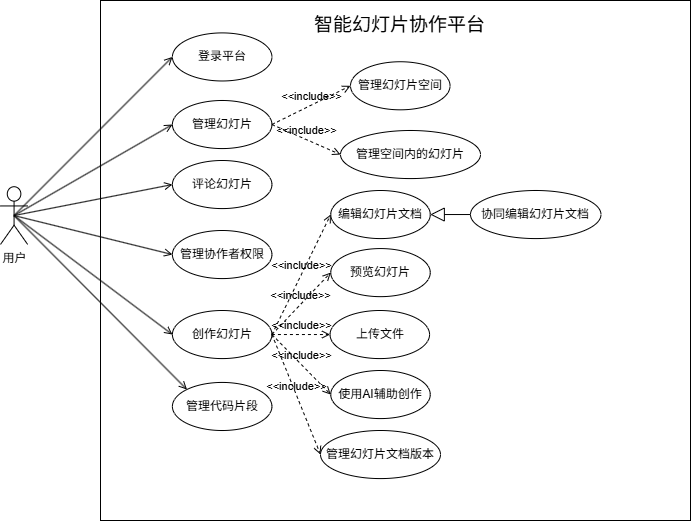
Before: figures/drawio/用户模块功能需求用例图-v3.drawio.png, a diagram exported from draw.io (agiantii/appt-thesis). Source tidied: cells renumbered, new cells last; positions are measured from the earlier drawing's top-left corner, leaving out a move shared by most shapes. Source of this version:
```xml
<mxGraphModel>
  <root>
    <mxCell id="0" />
    <mxCell id="1" parent="0" />
    <mxCell id="2" style="rounded=0;whiteSpace=wrap;html=1;" parent="1" vertex="1">
      <mxGeometry x="100" width="590" height="520" as="geometry" />
    </mxCell>
    <mxCell id="3" value="管理代码片段" style="ellipse;whiteSpace=wrap;html=1;" parent="1" vertex="1">
      <mxGeometry x="171.9" y="381.9" width="99.5" height="48.1" as="geometry" />
    </mxCell>
    <mxCell id="4" style="edgeStyle=none;html=1;endArrow=open;verticalAlign=bottom;rounded=0;endFill=0;entryX=0;entryY=0;entryDx=0;entryDy=0;exitX=0.5;exitY=0.5;exitDx=0;exitDy=0;exitPerimeter=0;" parent="1" edge="1" source="5" target="3">
      <mxGeometry relative="1" as="geometry" />
    </mxCell>
    <mxCell id="5" value="用户" style="shape=umlActor;html=1;verticalLabelPosition=bottom;verticalAlign=top;align=center;" parent="1" vertex="1">
      <mxGeometry y="186.2" width="27.1" height="57.7" as="geometry" />
    </mxCell>
    <mxCell id="6" value="登录平台" style="ellipse;whiteSpace=wrap;html=1;" parent="1" vertex="1">
      <mxGeometry x="171.9" y="32.4" width="99.5" height="48.1" as="geometry" />
    </mxCell>
    <mxCell id="7" style="edgeStyle=none;html=1;endArrow=open;verticalAlign=bottom;rounded=0;exitX=0.5;exitY=0.5;exitDx=0;exitDy=0;exitPerimeter=0;entryX=0;entryY=0.5;entryDx=0;entryDy=0;endFill=0;" parent="1" edge="1" source="5" target="6">
      <mxGeometry relative="1" as="geometry" />
    </mxCell>
    <mxCell id="8" style="edgeStyle=none;html=1;endArrow=open;verticalAlign=bottom;rounded=0;exitX=0.5;exitY=0.5;exitDx=0;exitDy=0;exitPerimeter=0;endFill=0;entryX=0;entryY=0.5;entryDx=0;entryDy=0;" parent="1" edge="1" source="5" target="9">
      <mxGeometry relative="1" as="geometry" />
    </mxCell>
    <mxCell id="9" value="管理幻灯片" style="ellipse;whiteSpace=wrap;html=1;" parent="1" vertex="1">
      <mxGeometry x="171.9" y="100" width="99.5" height="48.1" as="geometry" />
    </mxCell>
    <mxCell id="10" value="创作幻灯片" style="ellipse;whiteSpace=wrap;html=1;" parent="1" vertex="1">
      <mxGeometry x="171.9" y="310" width="99.5" height="48.1" as="geometry" />
    </mxCell>
    <mxCell id="11" style="edgeStyle=none;html=1;endArrow=open;verticalAlign=bottom;rounded=0;exitX=0.5;exitY=0.5;exitDx=0;exitDy=0;exitPerimeter=0;endFill=0;entryX=0;entryY=0.5;entryDx=0;entryDy=0;" parent="1" edge="1" source="5" target="10">
      <mxGeometry relative="1" as="geometry" />
    </mxCell>
    <mxCell id="12" style="edgeStyle=none;html=1;endArrow=open;verticalAlign=bottom;rounded=0;endFill=0;entryX=0;entryY=0.5;entryDx=0;entryDy=0;exitX=0.5;exitY=0.5;exitDx=0;exitDy=0;exitPerimeter=0;" parent="1" edge="1" source="5" target="13">
      <mxGeometry relative="1" as="geometry" />
    </mxCell>
    <mxCell id="13" value="评论幻灯片" style="ellipse;whiteSpace=wrap;html=1;" parent="1" vertex="1">
      <mxGeometry x="171.9" y="160" width="99.5" height="48.1" as="geometry" />
    </mxCell>
    <mxCell id="14" value="&amp;lt;&amp;lt;include&amp;gt;&amp;gt;" style="edgeStyle=none;html=1;endArrow=open;verticalAlign=bottom;dashed=1;labelBackgroundColor=none;exitX=1;exitY=0.5;exitDx=0;exitDy=0;entryX=0;entryY=0.5;entryDx=0;entryDy=0;" parent="1" edge="1" source="9" target="15">
      <mxGeometry relative="1" as="geometry" />
    </mxCell>
    <mxCell id="15" value="管理幻灯片空间" style="ellipse;whiteSpace=wrap;html=1;" parent="1" vertex="1">
      <mxGeometry x="350" y="61.2" width="99.5" height="48.1" as="geometry" />
    </mxCell>
    <mxCell id="16" value="管理空间内的幻灯片" style="ellipse;whiteSpace=wrap;html=1;" parent="1" vertex="1">
      <mxGeometry x="340" y="130" width="140" height="48.1" as="geometry" />
    </mxCell>
    <mxCell id="17" value="&amp;lt;&amp;lt;include&amp;gt;&amp;gt;" style="edgeStyle=none;html=1;endArrow=open;verticalAlign=bottom;dashed=1;labelBackgroundColor=none;exitX=1;exitY=0.5;exitDx=0;exitDy=0;entryX=0;entryY=0.5;entryDx=0;entryDy=0;" parent="1" edge="1" source="9" target="16">
      <mxGeometry relative="1" as="geometry" />
    </mxCell>
    <mxCell id="18" style="edgeStyle=none;html=1;endArrow=open;verticalAlign=bottom;rounded=0;endFill=0;exitX=0.5;exitY=0.5;exitDx=0;exitDy=0;exitPerimeter=0;entryX=0;entryY=0.5;entryDx=0;entryDy=0;" parent="1" edge="1" source="5" target="19">
      <mxGeometry relative="1" as="geometry" />
    </mxCell>
    <mxCell id="19" value="管理协作者权限" style="ellipse;whiteSpace=wrap;html=1;" parent="1" vertex="1">
      <mxGeometry x="171.9" y="230" width="99.5" height="48.1" as="geometry" />
    </mxCell>
    <mxCell id="20" value="&amp;lt;&amp;lt;include&amp;gt;&amp;gt;" style="edgeStyle=none;html=1;endArrow=open;verticalAlign=bottom;dashed=1;labelBackgroundColor=none;exitX=1;exitY=0.5;exitDx=0;exitDy=0;entryX=0;entryY=0.5;entryDx=0;entryDy=0;" parent="1" edge="1" source="10" target="21">
      <mxGeometry relative="1" as="geometry" />
    </mxCell>
    <mxCell id="21" value="编辑幻灯片文档" style="ellipse;whiteSpace=wrap;html=1;" parent="1" vertex="1">
      <mxGeometry x="330.2" y="190" width="99.5" height="48.1" as="geometry" />
    </mxCell>
    <mxCell id="22" value="协同编辑幻灯片文档" style="ellipse;whiteSpace=wrap;html=1;" parent="1" vertex="1">
      <mxGeometry x="470" y="190" width="130.5" height="48.1" as="geometry" />
    </mxCell>
    <mxCell id="23" style="edgeStyle=none;html=1;endArrow=block;endFill=0;endSize=12;verticalAlign=bottom;exitX=0;exitY=0.5;exitDx=0;exitDy=0;entryX=1;entryY=0.5;entryDx=0;entryDy=0;" parent="1" edge="1" source="22" target="21">
      <mxGeometry relative="1" as="geometry" />
    </mxCell>
    <mxCell id="24" value="预览幻灯片" style="ellipse;whiteSpace=wrap;html=1;" parent="1" vertex="1">
      <mxGeometry x="330.2" y="248.1" width="99.5" height="48.1" as="geometry" />
    </mxCell>
    <mxCell id="25" value="&amp;lt;&amp;lt;include&amp;gt;&amp;gt;" style="edgeStyle=none;html=1;endArrow=open;verticalAlign=bottom;dashed=1;labelBackgroundColor=none;exitX=1;exitY=0.5;exitDx=0;exitDy=0;entryX=0;entryY=0.5;entryDx=0;entryDy=0;" parent="1" edge="1" source="10" target="26">
      <mxGeometry relative="1" as="geometry" />
    </mxCell>
    <mxCell id="26" value="管理幻灯片文档版本" style="ellipse;whiteSpace=wrap;html=1;" parent="1" vertex="1">
      <mxGeometry x="320" y="430" width="120" height="48.1" as="geometry" />
    </mxCell>
    <mxCell id="27" value="&amp;lt;&amp;lt;include&amp;gt;&amp;gt;" style="edgeStyle=none;html=1;endArrow=open;verticalAlign=bottom;dashed=1;labelBackgroundColor=none;exitX=1;exitY=0.5;exitDx=0;exitDy=0;entryX=0;entryY=0.5;entryDx=0;entryDy=0;" parent="1" edge="1" source="10" target="24">
      <mxGeometry relative="1" as="geometry" />
    </mxCell>
    <mxCell id="28" value="使用AI辅助创作" style="ellipse;whiteSpace=wrap;html=1;" parent="1" vertex="1">
      <mxGeometry x="330.2" y="370" width="99.5" height="48.1" as="geometry" />
    </mxCell>
    <mxCell id="29" value="&amp;lt;&amp;lt;include&amp;gt;&amp;gt;" style="edgeStyle=none;html=1;endArrow=open;verticalAlign=bottom;dashed=1;labelBackgroundColor=none;exitX=1;exitY=0.5;exitDx=0;exitDy=0;entryX=0;entryY=0.5;entryDx=0;entryDy=0;" parent="1" edge="1" source="10" target="28">
      <mxGeometry relative="1" as="geometry" />
    </mxCell>
    <mxCell id="30" value="上传文件" style="ellipse;whiteSpace=wrap;html=1;" parent="1" vertex="1">
      <mxGeometry x="329.5" y="310" width="99.5" height="48.1" as="geometry" />
    </mxCell>
    <mxCell id="31" value="&amp;lt;&amp;lt;include&amp;gt;&amp;gt;" style="edgeStyle=none;html=1;endArrow=open;verticalAlign=bottom;dashed=1;labelBackgroundColor=none;exitX=1;exitY=0.5;exitDx=0;exitDy=0;entryX=0;entryY=0.5;entryDx=0;entryDy=0;" parent="1" edge="1" source="10" target="30">
      <mxGeometry relative="1" as="geometry" />
    </mxCell>
    <mxCell id="32" value="智能幻灯片协作平台" style="text;html=1;align=center;verticalAlign=middle;whiteSpace=wrap;rounded=0;fontSize=19;" parent="1" vertex="1">
      <mxGeometry x="312" width="175.5" height="50" as="geometry" />
    </mxCell>
  </root>
</mxGraphModel>
```
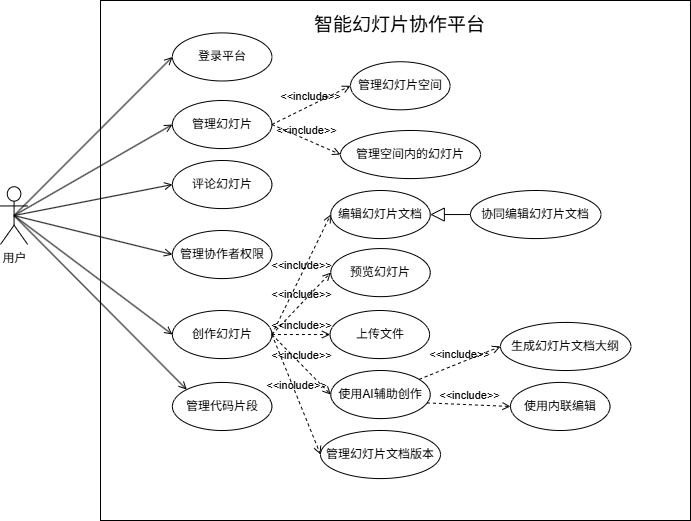
The same file after the commit.

The edit, as a diff of the source:
```diff
@@ -95,5 +95,17 @@
     <mxCell id="32" value="智能幻灯片协作平台" style="text;html=1;align=center;verticalAlign=middle;whiteSpace=wrap;rounded=0;fontSize=19;" parent="1" vertex="1">
       <mxGeometry x="312" width="175.5" height="50" as="geometry" />
     </mxCell>
+    <mxCell id="33" value="&amp;lt;&amp;lt;include&amp;gt;&amp;gt;" style="edgeStyle=none;html=1;endArrow=open;verticalAlign=bottom;dashed=1;labelBackgroundColor=none;entryX=0;entryY=0.5;entryDx=0;entryDy=0;" parent="1" edge="1" source="28" target="34">
+      <mxGeometry relative="1" as="geometry" />
+    </mxCell>
+    <mxCell id="34" value="&lt;span style=&quot;color: rgb(0, 0, 0);&quot;&gt;生成&lt;/span&gt;幻灯片文档大纲" style="ellipse;whiteSpace=wrap;html=1;" parent="1" vertex="1">
+      <mxGeometry x="500" y="321.9" width="130.5" height="48.1" as="geometry" />
+    </mxCell>
+    <mxCell id="35" value="使用内联编辑" style="ellipse;whiteSpace=wrap;html=1;" parent="1" vertex="1">
+      <mxGeometry x="510" y="381.9" width="99.5" height="48.1" as="geometry" />
+    </mxCell>
+    <mxCell id="36" value="&amp;lt;&amp;lt;include&amp;gt;&amp;gt;" style="edgeStyle=none;html=1;endArrow=open;verticalAlign=bottom;dashed=1;labelBackgroundColor=none;entryX=0;entryY=0.5;entryDx=0;entryDy=0;exitX=0.967;exitY=0.674;exitDx=0;exitDy=0;exitPerimeter=0;" parent="1" edge="1" source="28" target="35">
+      <mxGeometry relative="1" as="geometry" />
+    </mxCell>
   </root>
 </mxGraphModel>
```
